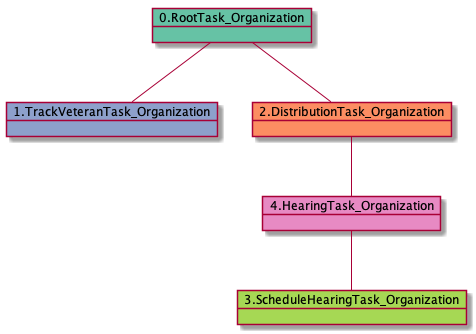
The PlantUML diagram docs-H/uml/RTO.TVTO.DTO-42769.png in yoomlam/graphing, before a commit.
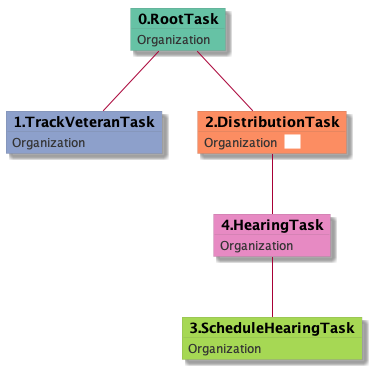
The same diagram one commit later.

The edit, as a diff of the source:
```diff
@@ -1,11 +1,29 @@
 @startuml
-object 0.RootTask_Organization #66c2a5
-object 1.TrackVeteranTask_Organization #8da0cb
-object 2.DistributionTask_Organization #fc8d62
-object 3.ScheduleHearingTask_Organization #a6d854
-object 4.HearingTask_Organization #e78ac3
-0.RootTask_Organization -- 1.TrackVeteranTask_Organization
-0.RootTask_Organization -- 2.DistributionTask_Organization
-4.HearingTask_Organization -- 3.ScheduleHearingTask_Organization
-2.DistributionTask_Organization -- 4.HearingTask_Organization
+skinparam {
+  ObjectBorderColor #555
+  ObjectBorderThickness 0
+  ObjectFontStyle bold
+  ObjectFontSize 14
+  ObjectAttributeFontColor #333
+  ObjectAttributeFontSize 12
+}
+  object 0.RootTask #66c2a5 {
+Organization
+}
+  object 1.TrackVeteranTask #8da0cb {
+Organization
+}
+  object 2.DistributionTask #fc8d62 {
+Organization  <back:white>    </back>
+}
+  object 3.ScheduleHearingTask #a6d854 {
+Organization
+}
+  object 4.HearingTask #e78ac3 {
+Organization
+}
+0.RootTask -- 1.TrackVeteranTask
+0.RootTask -- 2.DistributionTask
+4.HearingTask -- 3.ScheduleHearingTask
+2.DistributionTask -- 4.HearingTask
 @enduml
```
